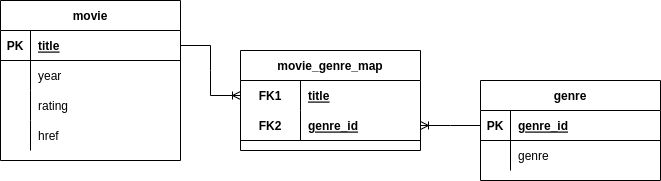
Before: images/database_design.drawio.png, a diagram exported from draw.io (christopherfick/yify). Source tidied: cells renumbered, new cells last; positions are measured from the earlier drawing's top-left corner, leaving out a move shared by most shapes.
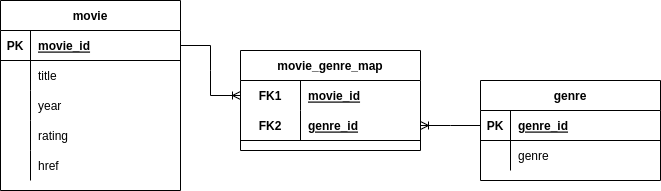
The same diagram one commit later.

Commit message:
Updated design, due to duplicate titles

Diff of the diagram source:
```diff
@@ -3,7 +3,7 @@
     <mxCell id="0" />
     <mxCell id="1" parent="0" />
     <mxCell id="2" value="movie" style="shape=table;startSize=30;rowLines=0;fontStyle=1;align=center;" parent="1" vertex="1">
-      <mxGeometry width="180" height="160" as="geometry" />
+      <mxGeometry width="180" height="190" as="geometry" />
     </mxCell>
     <mxCell id="3" style="shape=tableRow;horizontal=0;startSize=0;swimlaneHead=0;swimlaneBody=0;fillColor=none;points=[[0,0.5],[1,0.5]];portConstraint=eastwest;top=0;left=0;right=0;bottom=1;" parent="2" vertex="1">
       <mxGeometry y="30" width="180" height="30" as="geometry" />
@@ -11,11 +11,20 @@
     <mxCell id="4" value="PK" style="shape=partialRectangle;fillColor=none;top=0;left=0;bottom=0;right=0;fontStyle=1;overflow=hidden;" parent="3" vertex="1">
       <mxGeometry width="30" height="30" as="geometry" />
     </mxCell>
-    <mxCell id="5" value="title" style="shape=partialRectangle;fillColor=none;top=0;left=0;bottom=0;right=0;align=left;spacingLeft=6;fontStyle=5;overflow=hidden;" parent="3" vertex="1">
+    <mxCell id="5" value="movie_id" style="shape=partialRectangle;fillColor=none;top=0;left=0;bottom=0;right=0;align=left;spacingLeft=6;fontStyle=5;overflow=hidden;" parent="3" vertex="1">
       <mxGeometry x="30" width="150" height="30" as="geometry" />
     </mxCell>
+    <mxCell id="31" style="shape=tableRow;horizontal=0;startSize=0;swimlaneHead=0;swimlaneBody=0;fillColor=none;top=0;left=0;right=0;bottom=0;" parent="2" vertex="1">
+      <mxGeometry y="60" width="180" height="30" as="geometry" />
+    </mxCell>
+    <mxCell id="32" style="shape=partialRectangle;fillColor=none;top=0;left=0;bottom=0;right=0;overflow=hidden;" parent="31" vertex="1">
+      <mxGeometry width="30" height="30" as="geometry" />
+    </mxCell>
+    <mxCell id="33" value="title" style="shape=partialRectangle;fillColor=none;top=0;left=0;bottom=0;right=0;align=left;spacingLeft=6;overflow=hidden;" parent="31" vertex="1">
+      <mxGeometry x="30" width="150" height="30" as="geometry" />
+    </mxCell>
     <mxCell id="6" style="shape=tableRow;horizontal=0;startSize=0;swimlaneHead=0;swimlaneBody=0;fillColor=none;top=0;left=0;right=0;bottom=0;" parent="2" vertex="1">
-      <mxGeometry y="60" width="180" height="30" as="geometry" />
+      <mxGeometry y="90" width="180" height="30" as="geometry" />
     </mxCell>
     <mxCell id="7" style="shape=partialRectangle;fillColor=none;top=0;left=0;bottom=0;right=0;overflow=hidden;" parent="6" vertex="1">
       <mxGeometry width="30" height="30" as="geometry" />
@@ -24,7 +33,7 @@
       <mxGeometry x="30" width="150" height="30" as="geometry" />
     </mxCell>
     <mxCell id="9" style="shape=tableRow;horizontal=0;startSize=0;swimlaneHead=0;swimlaneBody=0;fillColor=none;top=0;left=0;right=0;bottom=0;" parent="2" vertex="1">
-      <mxGeometry y="90" width="180" height="30" as="geometry" />
+      <mxGeometry y="120" width="180" height="30" as="geometry" />
     </mxCell>
     <mxCell id="10" style="shape=partialRectangle;fillColor=none;top=0;left=0;bottom=0;right=0;overflow=hidden;" parent="9" vertex="1">
       <mxGeometry width="30" height="30" as="geometry" />
@@ -33,7 +42,7 @@
       <mxGeometry x="30" width="150" height="30" as="geometry" />
     </mxCell>
     <mxCell id="12" style="shape=tableRow;horizontal=0;startSize=0;swimlaneHead=0;swimlaneBody=0;fillColor=none;top=0;left=0;right=0;bottom=0;" parent="2" vertex="1">
-      <mxGeometry y="120" width="180" height="30" as="geometry" />
+      <mxGeometry y="150" width="180" height="30" as="geometry" />
     </mxCell>
     <mxCell id="13" style="shape=partialRectangle;fillColor=none;top=0;left=0;bottom=0;right=0;overflow=hidden;" parent="12" vertex="1">
       <mxGeometry width="30" height="30" as="geometry" />
@@ -50,7 +59,7 @@
     <mxCell id="17" value="FK1" style="shape=partialRectangle;fillColor=none;top=0;left=0;bottom=0;right=0;fontStyle=1;overflow=hidden;" parent="16" vertex="1">
       <mxGeometry width="60" height="30" as="geometry" />
     </mxCell>
-    <mxCell id="18" value="title" style="shape=partialRectangle;fillColor=none;top=0;left=0;bottom=0;right=0;align=left;spacingLeft=6;fontStyle=5;overflow=hidden;" parent="16" vertex="1">
+    <mxCell id="18" value="movie_id" style="shape=partialRectangle;fillColor=none;top=0;left=0;bottom=0;right=0;align=left;spacingLeft=6;fontStyle=5;overflow=hidden;" parent="16" vertex="1">
       <mxGeometry x="60" width="120" height="30" as="geometry" />
     </mxCell>
     <mxCell id="19" style="shape=tableRow;horizontal=0;startSize=0;swimlaneHead=0;swimlaneBody=0;fillColor=none;points=[[0,0.5],[1,0.5]];portConstraint=eastwest;top=0;left=0;right=0;bottom=1;" parent="15" vertex="1">
```
